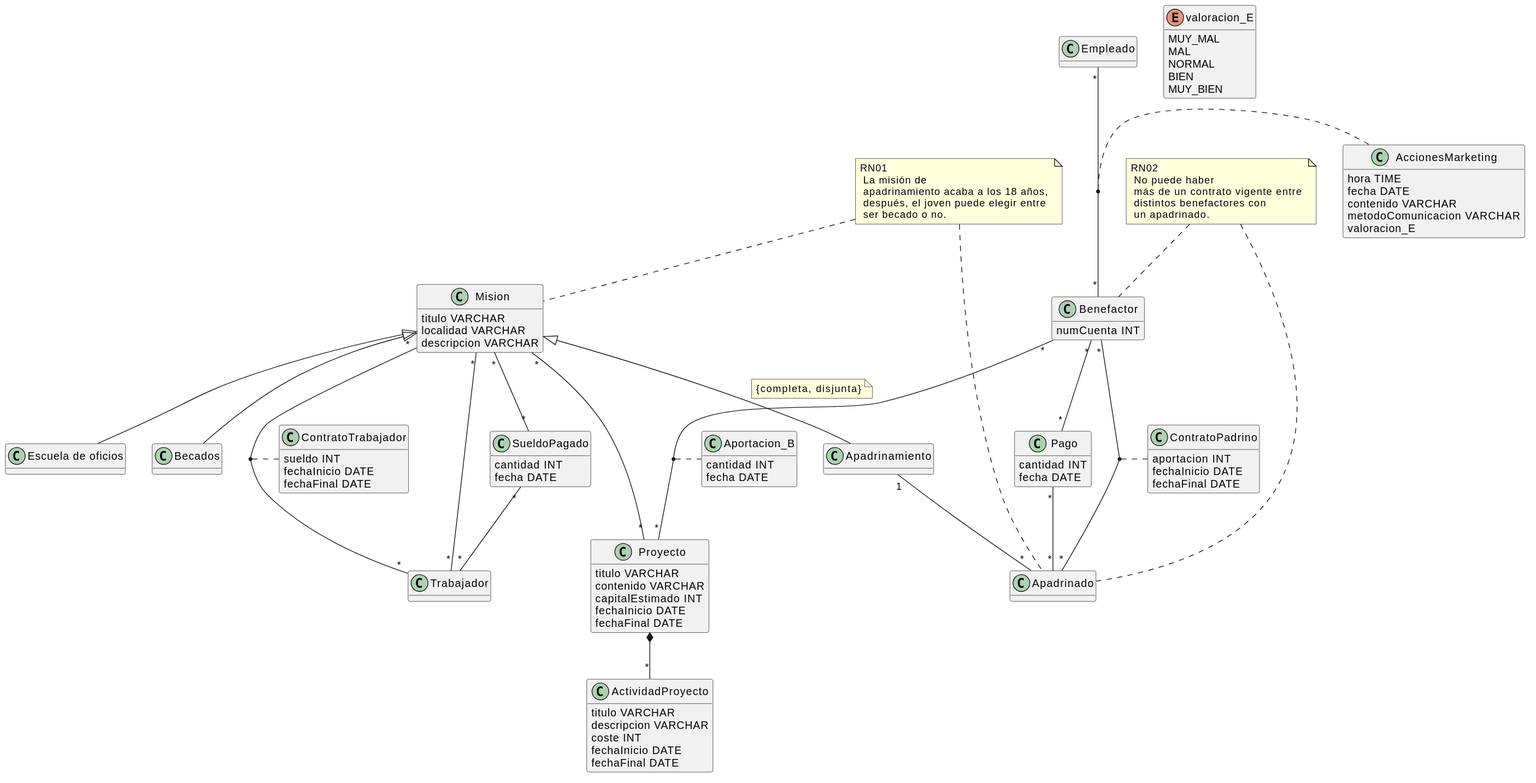
This is modelo_conceptual /images/económico/economico.svg from albporfer1-64/Grupo_Proyecto_DB, a PlantUML export, as it was before one commit.
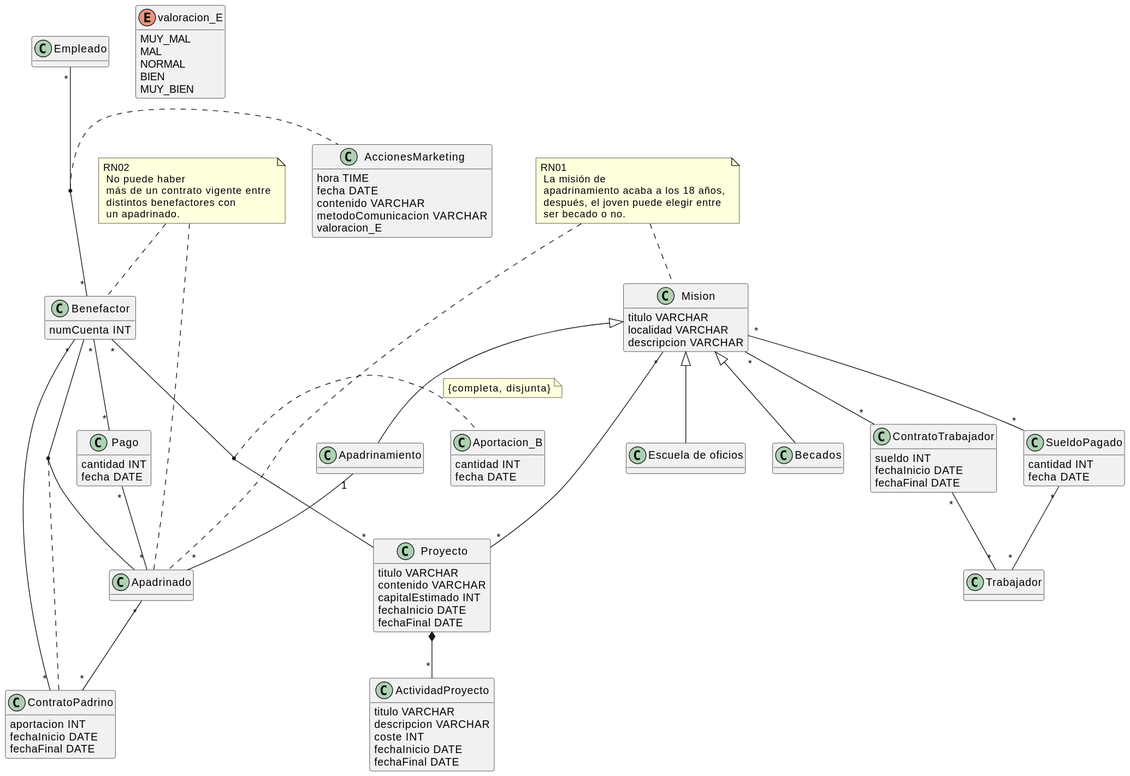
The same diagram one commit later.

The edit, as a diff of the source:
```diff
@@ -41,8 +41,8 @@
 Mision "*"--"*" Proyecto
 Mision "*"--"*" SueldoPagado
 SueldoPagado "*"--"*" Trabajador
-Mision "*"--"*" Trabajador
-Mision "*"--"*" Trabajador
+Mision "*"--"*" ContratoTrabajador
+ContratoTrabajador "*"--"*" Trabajador
 Proyecto *--"*" ActividadProyecto
 
 Mision <|-- EscuelaDeOficios
@@ -112,14 +112,14 @@
 Apadrinamiento "1"--"*" Apadrinado
 Benefactor "*"--"*" Pago
 Pago "*"--"*" Apadrinado
-Benefactor "*"--"*" Apadrinado
+Benefactor "*"--"*" ContratoPadrino
+Apadrinado "*"--"*" ContratoPadrino
 Benefactor "*"--"*" Proyecto
 
 Empleado "*"--"*"Benefactor
 
 
 (Empleado, Benefactor) .. AccionesMarketing
-(Trabajador, Mision) .. ContratoTrabajador
 (Benefactor, Proyecto) .. Aportacion_B
 (Benefactor, Apadrinado) .. ContratoPadrino
 
```
